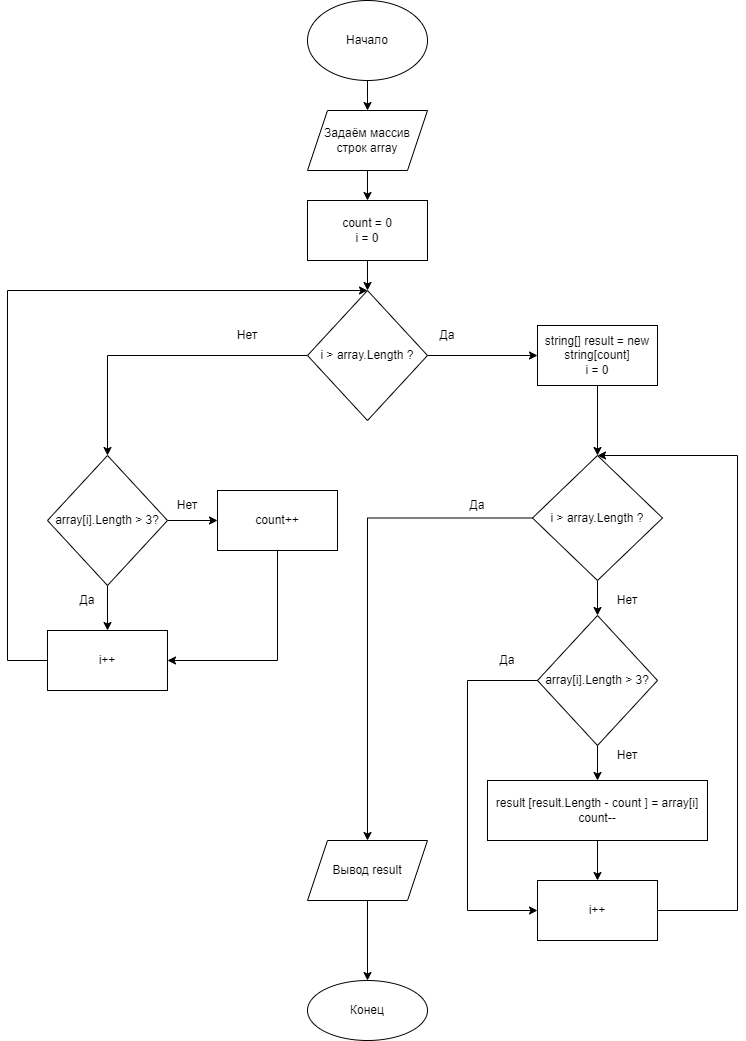
RuppelE/FinalHW keeps this draw.io diagram as Блок схема итоговой задачи.png. Above is the earlier version. Source tidied: cells renumbered, new cells last; positions are measured from the earlier drawing's top-left corner, leaving out a move shared by most shapes.
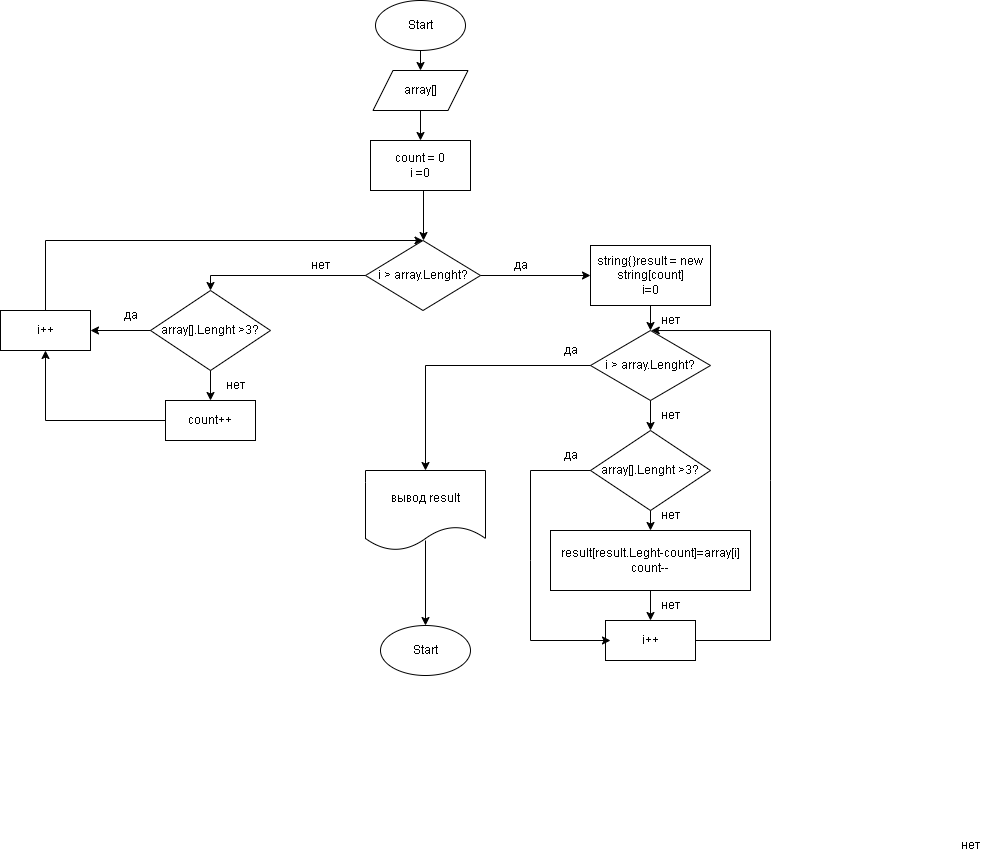
The same file after the commit.

Commit message:
редактирование блок схемы

Diff of the diagram source:
```diff
@@ -1,138 +1,166 @@
 <mxGraphModel>
   <root>
-    <mxCell id="0" />
-    <mxCell id="1" parent="0" />
-    <mxCell id="2" style="edgeStyle=orthogonalEdgeStyle;rounded=0;jettySize=auto;html=1;" parent="1" edge="1" source="3" target="5">
-      <mxGeometry relative="1" as="geometry" />
-    </mxCell>
-    <mxCell id="3" value="Начало" style="ellipse;whiteSpace=wrap;html=1;" parent="1" vertex="1">
-      <mxGeometry x="300" width="120" height="80" as="geometry" />
-    </mxCell>
-    <mxCell id="4" style="edgeStyle=orthogonalEdgeStyle;rounded=0;jettySize=auto;html=1;" parent="1" edge="1" source="5" target="10">
-      <mxGeometry relative="1" as="geometry" />
-    </mxCell>
-    <mxCell id="5" value="Задаём массив строк array" style="shape=parallelogram;perimeter=parallelogramPerimeter;whiteSpace=wrap;html=1;fixedSize=1;" parent="1" vertex="1">
-      <mxGeometry x="300" y="110" width="120" height="60" as="geometry" />
-    </mxCell>
-    <mxCell id="6" style="edgeStyle=orthogonalEdgeStyle;rounded=0;jettySize=auto;html=1;" parent="1" edge="1" source="8" target="22">
-      <mxGeometry relative="1" as="geometry" />
-    </mxCell>
-    <mxCell id="7" style="edgeStyle=orthogonalEdgeStyle;rounded=0;jettySize=auto;html=1;exitX=0;exitY=0.5;exitDx=0;exitDy=0;entryX=0.5;entryY=0;entryDx=0;entryDy=0;" parent="1" edge="1" source="8" target="14">
-      <mxGeometry relative="1" as="geometry" />
-    </mxCell>
-    <mxCell id="8" value="i &amp;gt; array.Length ?" style="rhombus;whiteSpace=wrap;html=1;" parent="1" vertex="1">
-      <mxGeometry x="300" y="290" width="120" height="130" as="geometry" />
-    </mxCell>
-    <mxCell id="9" style="edgeStyle=orthogonalEdgeStyle;rounded=0;jettySize=auto;html=1;" parent="1" edge="1" source="10" target="8">
-      <mxGeometry relative="1" as="geometry" />
-    </mxCell>
-    <mxCell id="10" value="count = 0&lt;br&gt;i = 0" style="rounded=0;whiteSpace=wrap;html=1;" parent="1" vertex="1">
-      <mxGeometry x="300" y="200" width="120" height="60" as="geometry" />
-    </mxCell>
-    <mxCell id="11" value="Нет" style="text;html=1;strokeColor=none;fillColor=none;align=center;verticalAlign=middle;whiteSpace=wrap;rounded=0;" parent="1" vertex="1">
-      <mxGeometry x="210" y="320" width="60" height="30" as="geometry" />
-    </mxCell>
-    <mxCell id="12" style="edgeStyle=orthogonalEdgeStyle;rounded=0;jettySize=auto;html=1;entryX=0;entryY=0.5;entryDx=0;entryDy=0;" parent="1" edge="1" source="14" target="16">
-      <mxGeometry relative="1" as="geometry" />
-    </mxCell>
-    <mxCell id="13" style="edgeStyle=orthogonalEdgeStyle;rounded=0;jettySize=auto;html=1;exitX=0.5;exitY=1;exitDx=0;exitDy=0;" parent="1" edge="1" source="14" target="27">
-      <mxGeometry relative="1" as="geometry" />
-    </mxCell>
-    <mxCell id="14" value="array[i].Length &amp;gt; 3?" style="rhombus;whiteSpace=wrap;html=1;" parent="1" vertex="1">
-      <mxGeometry x="40" y="455" width="120" height="130" as="geometry" />
-    </mxCell>
-    <mxCell id="15" style="edgeStyle=orthogonalEdgeStyle;rounded=0;jettySize=auto;html=1;exitX=0.5;exitY=1;exitDx=0;exitDy=0;entryX=1;entryY=0.5;entryDx=0;entryDy=0;" parent="1" edge="1" source="16" target="27">
-      <mxGeometry relative="1" as="geometry" />
-    </mxCell>
+    <mxCell id="41" />
+    <mxCell id="42" parent="41" />
+    <mxCell id="43" value="Start" style="ellipse;whiteSpace=wrap;html=1;" parent="42" vertex="1">
+      <mxGeometry x="420" y="90" width="90" height="50" as="geometry" />
+    </mxCell>
+    <mxCell id="44" style="edgeStyle=orthogonalEdgeStyle;rounded=0;jettySize=auto;html=1;exitX=0.5;exitY=1;exitDx=0;exitDy=0;entryX=0.5;entryY=0;entryDx=0;entryDy=0;" parent="42" edge="1" source="45" target="46">
+      <mxGeometry relative="1" as="geometry" />
+    </mxCell>
+    <mxCell id="45" value="array[]" style="shape=parallelogram;perimeter=parallelogramPerimeter;whiteSpace=wrap;html=1;fixedSize=1;" parent="42" vertex="1">
+      <mxGeometry x="417.5" y="160" width="95" height="40" as="geometry" />
+    </mxCell>
+    <mxCell id="46" value="count = 0&lt;br&gt;i =0" style="rounded=0;whiteSpace=wrap;html=1;" parent="42" vertex="1">
+      <mxGeometry x="415" y="230" width="100" height="50" as="geometry" />
+    </mxCell>
+    <mxCell id="47" value="i &amp;gt; array.Lenght?" style="rhombus;whiteSpace=wrap;html=1;" parent="42" vertex="1">
+      <mxGeometry x="410" y="330" width="115" height="70" as="geometry" />
+    </mxCell>
+    <mxCell id="48" value="array[].Lenght &amp;gt;3?" style="rhombus;whiteSpace=wrap;html=1;" parent="42" vertex="1">
+      <mxGeometry x="195" y="380" width="120" height="80" as="geometry" />
+    </mxCell>
-    <mxCell id="16" value="count++" style="whiteSpace=wrap;html=1;" parent="1" vertex="1">
-      <mxGeometry x="210" y="490" width="120" height="60" as="geometry" />
+    <mxCell id="16" value="count++" style="rounded=0;whiteSpace=wrap;html=1;" parent="42" vertex="1">
+      <mxGeometry x="210" y="490" width="90" height="40" as="geometry" />
     </mxCell>
-    <mxCell id="17" value="Нет" style="text;html=1;strokeColor=none;fillColor=none;align=center;verticalAlign=middle;whiteSpace=wrap;rounded=0;" parent="1" vertex="1">
-      <mxGeometry x="150" y="490" width="60" height="30" as="geometry" />
-    </mxCell>
-    <mxCell id="18" style="edgeStyle=orthogonalEdgeStyle;rounded=0;jettySize=auto;html=1;" parent="1" edge="1" source="19" target="20">
-      <mxGeometry relative="1" as="geometry" />
-    </mxCell>
-    <mxCell id="19" value="Вывод result" style="shape=parallelogram;perimeter=parallelogramPerimeter;whiteSpace=wrap;html=1;fixedSize=1;" parent="1" vertex="1">
-      <mxGeometry x="300" y="840" width="120" height="60" as="geometry" />
-    </mxCell>
-    <mxCell id="20" value="Конец" style="ellipse;whiteSpace=wrap;html=1;" parent="1" vertex="1">
-      <mxGeometry x="300" y="980" width="120" height="60" as="geometry" />
-    </mxCell>
-    <mxCell id="21" style="edgeStyle=orthogonalEdgeStyle;rounded=0;jettySize=auto;html=1;" parent="1" edge="1" source="22" target="25">
-      <mxGeometry relative="1" as="geometry" />
-    </mxCell>
-    <mxCell id="22" value="string[] result = new string[count]&lt;br&gt;i = 0" style="whiteSpace=wrap;html=1;" parent="1" vertex="1">
-      <mxGeometry x="530" y="325" width="120" height="60" as="geometry" />
-    </mxCell>
-    <mxCell id="23" style="edgeStyle=orthogonalEdgeStyle;rounded=0;jettySize=auto;html=1;" parent="1" edge="1" source="25" target="19">
-      <mxGeometry relative="1" as="geometry" />
-    </mxCell>
-    <mxCell id="24" style="edgeStyle=orthogonalEdgeStyle;rounded=0;jettySize=auto;html=1;exitX=0.5;exitY=1;exitDx=0;exitDy=0;" parent="1" edge="1" source="25" target="33">
-      <mxGeometry relative="1" as="geometry" />
-    </mxCell>
-    <mxCell id="25" value="&lt;span&gt;i &amp;gt; array.Length ?&lt;/span&gt;" style="rhombus;whiteSpace=wrap;html=1;" parent="1" vertex="1">
-      <mxGeometry x="525" y="455" width="130" height="125" as="geometry" />
-    </mxCell>
-    <mxCell id="26" style="edgeStyle=orthogonalEdgeStyle;rounded=0;jettySize=auto;html=1;entryX=0.5;entryY=0;entryDx=0;entryDy=0;" parent="1" edge="1" source="27" target="8">
-      <mxGeometry relative="1" as="geometry">
-        <Array as="points">
-          <mxPoint y="660" />
-          <mxPoint y="290" />
-        </Array>
-      </mxGeometry>
-    </mxCell>
-    <mxCell id="27" value="i++" style="whiteSpace=wrap;html=1;" parent="1" vertex="1">
-      <mxGeometry x="40" y="630" width="120" height="60" as="geometry" />
-    </mxCell>
-    <mxCell id="28" value="Да" style="text;html=1;strokeColor=none;fillColor=none;align=center;verticalAlign=middle;whiteSpace=wrap;rounded=0;" parent="1" vertex="1">
-      <mxGeometry x="50" y="585" width="60" height="30" as="geometry" />
-    </mxCell>
-    <mxCell id="29" value="Да" style="text;html=1;strokeColor=none;fillColor=none;align=center;verticalAlign=middle;whiteSpace=wrap;rounded=0;" parent="1" vertex="1">
-      <mxGeometry x="410" y="320" width="60" height="30" as="geometry" />
-    </mxCell>
-    <mxCell id="30" value="Да" style="text;html=1;strokeColor=none;fillColor=none;align=center;verticalAlign=middle;whiteSpace=wrap;rounded=0;" parent="1" vertex="1">
-      <mxGeometry x="440" y="490" width="60" height="30" as="geometry" />
-    </mxCell>
-    <mxCell id="31" style="edgeStyle=orthogonalEdgeStyle;rounded=0;jettySize=auto;html=1;entryX=0.5;entryY=0;entryDx=0;entryDy=0;" parent="1" edge="1" source="33" target="35">
-      <mxGeometry relative="1" as="geometry" />
-    </mxCell>
-    <mxCell id="32" style="edgeStyle=orthogonalEdgeStyle;rounded=0;jettySize=auto;html=1;entryX=0;entryY=0.5;entryDx=0;entryDy=0;" parent="1" edge="1" source="33" target="38">
-      <mxGeometry relative="1" as="geometry">
-        <Array as="points">
-          <mxPoint x="460" y="680" />
-          <mxPoint x="460" y="910" />
-        </Array>
-      </mxGeometry>
-    </mxCell>
-    <mxCell id="33" value="array[i].Length &amp;gt; 3?" style="rhombus;whiteSpace=wrap;html=1;" parent="1" vertex="1">
-      <mxGeometry x="530" y="615" width="120" height="130" as="geometry" />
-    </mxCell>
-    <mxCell id="34" style="edgeStyle=orthogonalEdgeStyle;rounded=0;jettySize=auto;html=1;exitX=0.5;exitY=1;exitDx=0;exitDy=0;entryX=0.5;entryY=0;entryDx=0;entryDy=0;" parent="1" edge="1" source="35" target="38">
-      <mxGeometry relative="1" as="geometry" />
-    </mxCell>
-    <mxCell id="35" value="result [result.Length - count ] = array[i]&lt;br&gt;count--" style="whiteSpace=wrap;html=1;" parent="1" vertex="1">
-      <mxGeometry x="480" y="780" width="220" height="60" as="geometry" />
-    </mxCell>
-    <mxCell id="36" value="Нет" style="text;html=1;strokeColor=none;fillColor=none;align=center;verticalAlign=middle;whiteSpace=wrap;rounded=0;" parent="1" vertex="1">
-      <mxGeometry x="590" y="585" width="60" height="30" as="geometry" />
-    </mxCell>
-    <mxCell id="37" style="edgeStyle=orthogonalEdgeStyle;rounded=0;jettySize=auto;html=1;exitX=1;exitY=0.5;exitDx=0;exitDy=0;entryX=0.5;entryY=0;entryDx=0;entryDy=0;" parent="1" edge="1" source="38" target="25">
-      <mxGeometry relative="1" as="geometry">
-        <Array as="points">
-          <mxPoint x="730" y="910" />
-          <mxPoint x="730" y="455" />
-        </Array>
-      </mxGeometry>
-    </mxCell>
-    <mxCell id="38" value="i++" style="whiteSpace=wrap;html=1;" parent="1" vertex="1">
-      <mxGeometry x="530" y="880" width="120" height="60" as="geometry" />
-    </mxCell>
-    <mxCell id="39" value="Нет" style="text;html=1;strokeColor=none;fillColor=none;align=center;verticalAlign=middle;whiteSpace=wrap;rounded=0;" parent="1" vertex="1">
-      <mxGeometry x="590" y="740" width="60" height="30" as="geometry" />
-    </mxCell>
-    <mxCell id="40" value="Да" style="text;html=1;strokeColor=none;fillColor=none;align=center;verticalAlign=middle;whiteSpace=wrap;rounded=0;" parent="1" vertex="1">
-      <mxGeometry x="470" y="645" width="60" height="30" as="geometry" />
-    </mxCell>
+    <mxCell id="49" style="endArrow=classic;html=1;rounded=0;exitX=0;exitY=0.5;exitDx=0;exitDy=0;entryX=0.5;entryY=0;entryDx=0;entryDy=0;" parent="42" edge="1" source="47" target="48">
+      <mxGeometry relative="1" as="geometry">
+        <Array as="points">
+          <mxPoint x="255" y="365" />
+        </Array>
+      </mxGeometry>
+    </mxCell>
+    <mxCell id="50" value="нет" style="text;html=1;align=center;verticalAlign=middle;strokeColor=none;fillColor=none;" parent="42" vertex="1">
+      <mxGeometry x="345" y="340" width="40" height="30" as="geometry" />
+    </mxCell>
+    <mxCell id="51" style="endArrow=classic;html=1;rounded=0;exitX=0.5;exitY=1;exitDx=0;exitDy=0;" parent="42" edge="1" source="48" target="16">
+      <mxGeometry relative="1" as="geometry" />
+    </mxCell>
+    <mxCell id="52" value="i++" style="rounded=0;whiteSpace=wrap;html=1;" parent="42" vertex="1">
+      <mxGeometry x="45" y="400" width="90" height="40" as="geometry" />
+    </mxCell>
+    <mxCell id="53" style="endArrow=classic;html=1;rounded=0;exitX=0;exitY=0.5;exitDx=0;exitDy=0;entryX=0.5;entryY=1;entryDx=0;entryDy=0;" parent="42" edge="1" source="16" target="52">
+      <mxGeometry relative="1" as="geometry">
+        <Array as="points">
+          <mxPoint x="90" y="510" />
+        </Array>
+      </mxGeometry>
+    </mxCell>
+    <mxCell id="54" style="endArrow=classic;html=1;rounded=0;entryX=0.5;entryY=0;entryDx=0;entryDy=0;exitX=0.5;exitY=0;exitDx=0;exitDy=0;" parent="42" edge="1" source="52" target="47">
+      <mxGeometry relative="1" as="geometry">
+        <Array as="points">
+          <mxPoint x="90" y="330" />
+        </Array>
+      </mxGeometry>
+    </mxCell>
+    <mxCell id="55" value="да" style="text;html=1;align=center;verticalAlign=middle;strokeColor=none;fillColor=none;" parent="42" vertex="1">
+      <mxGeometry x="155" y="390" width="40" height="30" as="geometry" />
+    </mxCell>
+    <mxCell id="56" style="endArrow=classic;html=1;rounded=0;exitX=0;exitY=0.5;exitDx=0;exitDy=0;entryX=1;entryY=0.5;entryDx=0;entryDy=0;" parent="42" edge="1" source="48" target="52">
+      <mxGeometry relative="1" as="geometry" />
+    </mxCell>
+    <mxCell id="57" value="нет" style="text;html=1;align=center;verticalAlign=middle;strokeColor=none;fillColor=none;" parent="42" vertex="1">
+      <mxGeometry x="995" y="920" width="40" height="30" as="geometry" />
+    </mxCell>
+    <mxCell id="58" value="нет" style="text;html=1;align=center;verticalAlign=middle;strokeColor=none;fillColor=none;" parent="42" vertex="1">
+      <mxGeometry x="260" y="460" width="40" height="30" as="geometry" />
+    </mxCell>
+    <mxCell id="59" value="string{}result = new&lt;br&gt;string[count]&lt;br&gt;i=0" style="rounded=0;whiteSpace=wrap;html=1;" parent="42" vertex="1">
+      <mxGeometry x="635" y="335" width="120" height="60" as="geometry" />
+    </mxCell>
+    <mxCell id="60" value="i &amp;gt; array.Lenght?" style="rhombus;whiteSpace=wrap;html=1;" parent="42" vertex="1">
+      <mxGeometry x="635" y="420" width="120" height="70" as="geometry" />
+    </mxCell>
+    <mxCell id="61" style="endArrow=classic;html=1;rounded=0;exitX=1;exitY=0.5;exitDx=0;exitDy=0;entryX=0;entryY=0.5;entryDx=0;entryDy=0;" parent="42" edge="1" source="47" target="59">
+      <mxGeometry relative="1" as="geometry" />
+    </mxCell>
+    <mxCell id="62" style="endArrow=classic;html=1;rounded=0;exitX=0.5;exitY=1;exitDx=0;exitDy=0;entryX=0.5;entryY=0;entryDx=0;entryDy=0;" parent="42" edge="1" source="59" target="60">
+      <mxGeometry relative="1" as="geometry" />
+    </mxCell>
+    <mxCell id="63" value="array[].Lenght &amp;gt;3?" style="rhombus;whiteSpace=wrap;html=1;" parent="42" vertex="1">
+      <mxGeometry x="635" y="520" width="120" height="80" as="geometry" />
+    </mxCell>
+    <mxCell id="64" style="endArrow=classic;html=1;rounded=0;exitX=0.5;exitY=1;exitDx=0;exitDy=0;" parent="42" edge="1" source="60" target="63">
+      <mxGeometry relative="1" as="geometry" />
+    </mxCell>
+    <mxCell id="65" value="нет" style="text;html=1;align=center;verticalAlign=middle;points=[];strokeColor=none;fillColor=none;" parent="42" vertex="1">
+      <mxGeometry x="695" y="395" width="40" height="30" as="geometry" />
+    </mxCell>
+    <mxCell id="66" value="нет" style="text;html=1;align=center;verticalAlign=middle;strokeColor=none;fillColor=none;" parent="42" vertex="1">
+      <mxGeometry x="695" y="490" width="40" height="30" as="geometry" />
+    </mxCell>
+    <mxCell id="67" value="result[result.Leght-count]=array[i]&lt;br&gt;count--" style="rounded=0;whiteSpace=wrap;html=1;" parent="42" vertex="1">
+      <mxGeometry x="595" y="620" width="200" height="60" as="geometry" />
+    </mxCell>
+    <mxCell id="68" value="i++" style="rounded=0;whiteSpace=wrap;html=1;" parent="42" vertex="1">
+      <mxGeometry x="650" y="710" width="90" height="40" as="geometry" />
+    </mxCell>
+    <mxCell id="69" style="endArrow=classic;html=1;rounded=0;exitX=0.5;exitY=1;exitDx=0;exitDy=0;entryX=0.5;entryY=0;entryDx=0;entryDy=0;" parent="42" edge="1" source="63" target="67">
+      <mxGeometry relative="1" as="geometry" />
+    </mxCell>
+    <mxCell id="70" style="endArrow=classic;html=1;rounded=0;exitX=0.5;exitY=1;exitDx=0;exitDy=0;entryX=0.5;entryY=0;entryDx=0;entryDy=0;" parent="42" edge="1" source="67" target="68">
+      <mxGeometry relative="1" as="geometry" />
+    </mxCell>
+    <mxCell id="71" value="нет" style="text;html=1;align=center;verticalAlign=middle;strokeColor=none;fillColor=none;" parent="42" vertex="1">
+      <mxGeometry x="695" y="590" width="40" height="30" as="geometry" />
+    </mxCell>
+    <mxCell id="72" value="нет" style="text;html=1;align=center;verticalAlign=middle;strokeColor=none;fillColor=none;" parent="42" vertex="1">
+      <mxGeometry x="695" y="680" width="40" height="30" as="geometry" />
+    </mxCell>
+    <mxCell id="73" style="endArrow=classic;html=1;rounded=0;exitX=0;exitY=0.5;exitDx=0;exitDy=0;" parent="42" edge="1" source="63">
+      <mxGeometry relative="1" as="geometry">
+        <mxPoint x="655" y="730" as="targetPoint" />
+        <Array as="points">
+          <mxPoint x="575" y="560" />
+          <mxPoint x="575" y="650" />
+          <mxPoint x="575" y="730" />
+        </Array>
+      </mxGeometry>
+    </mxCell>
+    <mxCell id="74" value="да" style="text;html=1;align=center;verticalAlign=middle;strokeColor=none;fillColor=none;" parent="42" vertex="1">
+      <mxGeometry x="595" y="530" width="40" height="30" as="geometry" />
+    </mxCell>
+    <mxCell id="75" style="endArrow=classic;html=1;rounded=0;exitX=1;exitY=0.5;exitDx=0;exitDy=0;entryX=0.019;entryY=0.834;entryDx=0;entryDy=0;entryPerimeter=0;" parent="42" edge="1" source="68" target="65">
+      <mxGeometry relative="1" as="geometry">
+        <Array as="points">
+          <mxPoint x="815" y="730" />
+          <mxPoint x="815" y="570" />
+          <mxPoint x="815" y="420" />
+        </Array>
+      </mxGeometry>
+    </mxCell>
+    <mxCell id="76" value="вывод result" style="shape=document;whiteSpace=wrap;html=1;boundedLbl=1;" parent="42" vertex="1">
+      <mxGeometry x="410" y="560" width="120" height="80" as="geometry" />
+    </mxCell>
+    <mxCell id="77" value="Start" style="ellipse;whiteSpace=wrap;html=1;" parent="42" vertex="1">
+      <mxGeometry x="425" y="715" width="90" height="50" as="geometry" />
+    </mxCell>
+    <mxCell id="78" style="endArrow=classic;html=1;rounded=0;exitX=0;exitY=0.5;exitDx=0;exitDy=0;entryX=0.5;entryY=0;entryDx=0;entryDy=0;" parent="42" edge="1" source="60" target="76">
+      <mxGeometry relative="1" as="geometry">
+        <Array as="points">
+          <mxPoint x="470" y="455" />
+        </Array>
+      </mxGeometry>
+    </mxCell>
+    <mxCell id="79" style="endArrow=classic;html=1;rounded=0;entryX=0.5;entryY=0;entryDx=0;entryDy=0;" parent="42" edge="1" target="77">
+      <mxGeometry relative="1" as="geometry">
+        <mxPoint x="470" y="630" as="sourcePoint" />
+      </mxGeometry>
+    </mxCell>
+    <mxCell id="80" value="да" style="text;html=1;align=center;verticalAlign=middle;strokeColor=none;fillColor=none;" parent="42" vertex="1">
+      <mxGeometry x="595" y="425" width="40" height="30" as="geometry" />
+    </mxCell>
+    <mxCell id="81" style="endArrow=classic;html=1;rounded=0;entryX=0.5;entryY=0;entryDx=0;entryDy=0;" parent="42" edge="1">
+      <mxGeometry relative="1" as="geometry">
+        <mxPoint x="468" y="280" as="sourcePoint" />
+        <mxPoint x="468" y="330" as="targetPoint" />
+      </mxGeometry>
+    </mxCell>
+    <mxCell id="82" style="endArrow=classic;html=1;rounded=0;exitX=0.5;exitY=1;exitDx=0;exitDy=0;" parent="42" edge="1" source="43" target="45">
+      <mxGeometry relative="1" as="geometry" />
+    </mxCell>
+    <mxCell id="83" value="да" style="text;html=1;align=center;verticalAlign=middle;strokeColor=none;fillColor=none;" parent="42" vertex="1">
+      <mxGeometry x="545" y="340" width="40" height="30" as="geometry" />
+    </mxCell>
   </root>
 </mxGraphModel>
```
